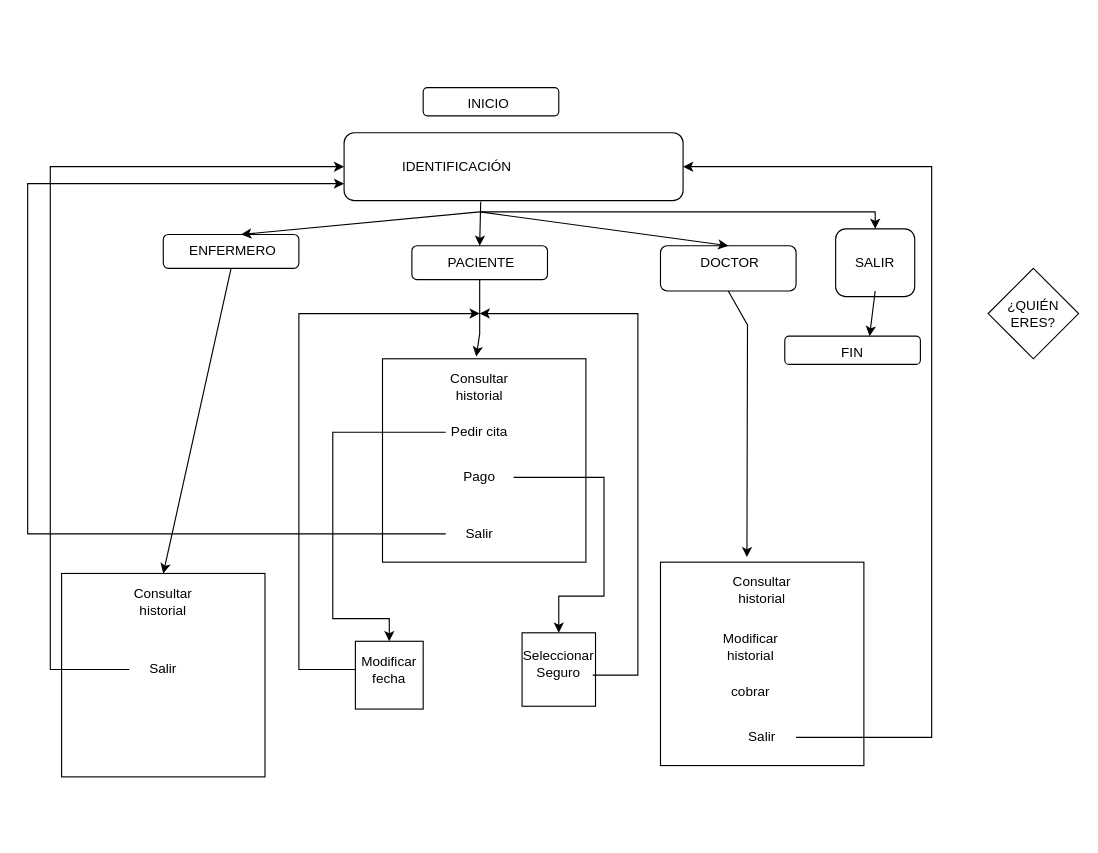
The draw.io diagram Interfaz_Proyecto.drawio in JuanEspinosa97/tis_2022_repositorio, before the edit. Source tidied: cells renumbered, new cells numbered last; positions are measured from the earlier drawing's top-left corner, leaving out a move shared by most shapes. Both pictures are drawn from the tidied source at 113%, with x=0, y=0 at pixel (27, 87).
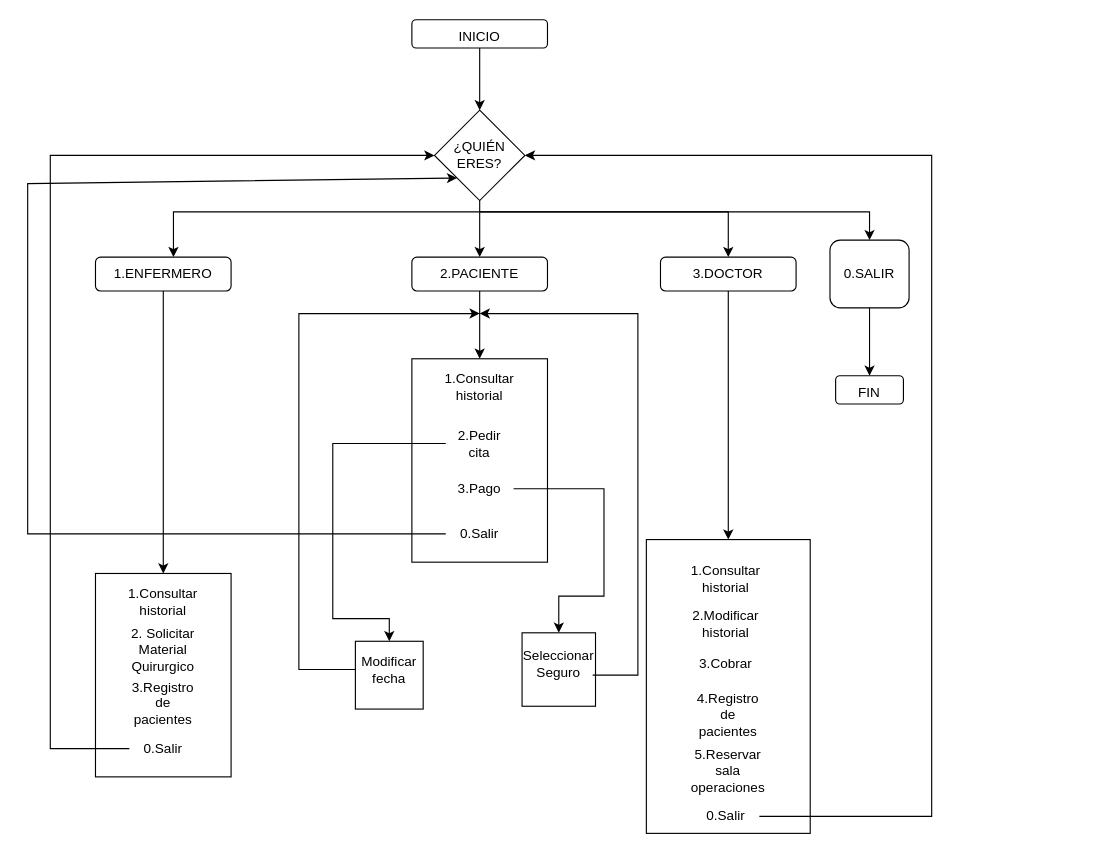
Above is the later version.

Commit message (it also covers changes not shown here):
Interfaz en PNG y DRAW

The change refers to these unchanged cells:
```xml
<mxCell id="30" style="whiteSpace=wrap;html=1;" parent="1" vertex="1">
  <mxGeometry x="290" y="490" width="60" height="60" as="geometry" />
</mxCell>
<mxCell id="33" style="whiteSpace=wrap;html=1;" parent="1" vertex="1">
  <mxGeometry x="437.5" y="482.5" width="65" height="65" as="geometry" />
</mxCell>
```

The edit, as a diff of the source:
```diff
@@
+    <mxCell id="50" style="rounded=0;whiteSpace=wrap;html=1;" parent="1" vertex="1">
+      <mxGeometry x="340" y="240" width="120" height="180" as="geometry" />
+    </mxCell>
+    <mxCell id="51" style="rounded=0;whiteSpace=wrap;html=1;" parent="1" vertex="1">
+      <mxGeometry x="60" y="430" width="120" height="180" as="geometry" />
+    </mxCell>
+    <mxCell id="52" style="rounded=0;whiteSpace=wrap;html=1;" parent="1" vertex="1">
+      <mxGeometry x="547.5" y="400" width="145" height="260" as="geometry" />
+    </mxCell>
+    <mxCell id="53" style="rhombus;whiteSpace=wrap;html=1;" parent="1" vertex="1">
+      <mxGeometry x="360" y="20" width="80" height="80" as="geometry" />
+    </mxCell>
     <mxCell id="2" style="rounded=1;whiteSpace=wrap;html=1;" parent="1" vertex="1">
-      <mxGeometry x="350" width="120" height="25" as="geometry" />
+      <mxGeometry x="340" y="-60" width="120" height="25" as="geometry" />
     </mxCell>
     <mxCell id="3" style="rounded=1;whiteSpace=wrap;html=1;" parent="1" vertex="1">
-      <mxGeometry x="715" y="125" width="70" height="60" as="geometry" />
+      <mxGeometry x="710" y="135" width="70" height="60" as="geometry" />
     </mxCell>
     <mxCell id="4" style="rounded=1;whiteSpace=wrap;html=1;" parent="1" vertex="1">
-      <mxGeometry x="560" y="140" width="120" height="40" as="geometry" />
+      <mxGeometry x="560" y="150" width="120" height="30" as="geometry" />
     </mxCell>
     <mxCell id="5" style="rounded=1;whiteSpace=wrap;html=1;" parent="1" vertex="1">
-      <mxGeometry x="340" y="140" width="120" height="30" as="geometry" />
+      <mxGeometry x="340" y="150" width="120" height="30" as="geometry" />
     </mxCell>
     <mxCell id="6" style="rounded=1;whiteSpace=wrap;html=1;" parent="1" vertex="1">
-      <mxGeometry x="120" y="130" width="120" height="30" as="geometry" />
+      <mxGeometry x="60" y="150" width="120" height="30" as="geometry" />
     </mxCell>
-    <mxCell id="7" style="rounded=1;whiteSpace=wrap;html=1;" parent="1" vertex="1">
-      <mxGeometry x="280" y="40" width="300" height="60" as="geometry" />
-    </mxCell>
-    <mxCell id="8" value="IDENTIFICACIÓN" style="text;html=1;strokeColor=none;fillColor=none;align=center;verticalAlign=middle;whiteSpace=wrap;rounded=0;" parent="1" vertex="1">
-      <mxGeometry x="350" y="55" width="60" height="30" as="geometry" />
-    </mxCell>
-    <mxCell id="9" value="&amp;nbsp;DOCTOR" style="text;html=1;strokeColor=none;fillColor=none;align=center;verticalAlign=middle;whiteSpace=wrap;rounded=0;" parent="1" vertex="1">
-      <mxGeometry x="590" y="140" width="60" height="30" as="geometry" />
+    <mxCell id="9" value="3.DOCTOR" style="text;html=1;strokeColor=none;fillColor=none;align=center;verticalAlign=middle;whiteSpace=wrap;rounded=0;" parent="1" vertex="1">
+      <mxGeometry x="590" y="150" width="60" height="30" as="geometry" />
     </mxCell>
-    <mxCell id="10" value="&amp;nbsp;ENFERMERO" style="text;html=1;strokeColor=none;fillColor=none;align=center;verticalAlign=middle;whiteSpace=wrap;rounded=0;" parent="1" vertex="1">
-      <mxGeometry x="150" y="130" width="60" height="30" as="geometry" />
+    <mxCell id="10" value="1.ENFERMERO" style="text;html=1;strokeColor=none;fillColor=none;align=center;verticalAlign=middle;whiteSpace=wrap;rounded=0;" parent="1" vertex="1">
+      <mxGeometry x="90" y="150" width="60" height="30" as="geometry" />
     </mxCell>
-    <mxCell id="11" value="&amp;nbsp;PACIENTE" style="text;html=1;strokeColor=none;fillColor=none;align=center;verticalAlign=middle;whiteSpace=wrap;rounded=0;" parent="1" vertex="1">
-      <mxGeometry x="370" y="140" width="60" height="30" as="geometry" />
+    <mxCell id="11" value="2.PACIENTE" style="text;html=1;strokeColor=none;fillColor=none;align=center;verticalAlign=middle;whiteSpace=wrap;rounded=0;" parent="1" vertex="1">
+      <mxGeometry x="370" y="150" width="60" height="30" as="geometry" />
     </mxCell>
-    <mxCell id="12" value="SALIR" style="text;html=1;strokeColor=none;fillColor=none;align=center;verticalAlign=middle;whiteSpace=wrap;rounded=0;" parent="1" vertex="1">
-      <mxGeometry x="720" y="140" width="60" height="30" as="geometry" />
+    <mxCell id="12" value="0.SALIR" style="text;html=1;strokeColor=none;fillColor=none;align=center;verticalAlign=middle;whiteSpace=wrap;rounded=0;" parent="1" vertex="1">
+      <mxGeometry x="715" y="150" width="60" height="30" as="geometry" />
     </mxCell>
-    <mxCell id="13" style="endArrow=classic;html=1;rounded=0;entryX=0.425;entryY=-0.025;entryDx=0;entryDy=0;entryPerimeter=0;exitX=0.5;exitY=1;exitDx=0;exitDy=0;" parent="1" edge="1" source="4" target="14">
+    <mxCell id="13" style="endArrow=classic;html=1;rounded=0;exitX=0.5;exitY=1;exitDx=0;exitDy=0;entryX=0.5;entryY=0;entryDx=0;entryDy=0;" parent="1" edge="1" source="4" target="52">
       <mxGeometry relative="1" as="geometry">
         <Array as="points">
-          <mxPoint x="637" y="210" />
+          <mxPoint x="620" y="250" />
         </Array>
       </mxGeometry>
     </mxCell>
-    <mxCell id="14" style="whiteSpace=wrap;html=1;" parent="1" vertex="1">
-      <mxGeometry x="560" y="420" width="180" height="180" as="geometry" />
-    </mxCell>
-    <mxCell id="15" value="Consultar historial" style="text;html=1;strokeColor=none;fillColor=none;align=center;verticalAlign=middle;whiteSpace=wrap;rounded=0;" parent="1" vertex="1">
-      <mxGeometry x="620" y="430" width="60" height="30" as="geometry" />
+    <mxCell id="15" value="1.Consultar historial" style="text;html=1;strokeColor=none;fillColor=none;align=center;verticalAlign=middle;whiteSpace=wrap;rounded=0;" parent="1" vertex="1">
+      <mxGeometry x="587.5" y="420" width="60" height="30" as="geometry" />
     </mxCell>
-    <mxCell id="16" value="Modificar historial" style="text;html=1;strokeColor=none;fillColor=none;align=center;verticalAlign=middle;whiteSpace=wrap;rounded=0;" parent="1" vertex="1">
-      <mxGeometry x="610" y="480" width="60" height="30" as="geometry" />
+    <mxCell id="16" value="2.Modificar historial" style="text;html=1;strokeColor=none;fillColor=none;align=center;verticalAlign=middle;whiteSpace=wrap;rounded=0;" parent="1" vertex="1">
+      <mxGeometry x="587.5" y="460" width="60" height="30" as="geometry" />
     </mxCell>
-    <mxCell id="17" value="cobrar" style="text;html=1;strokeColor=none;fillColor=none;align=center;verticalAlign=middle;whiteSpace=wrap;rounded=0;" parent="1" vertex="1">
-      <mxGeometry x="610" y="520" width="60" height="30" as="geometry" />
+    <mxCell id="17" value="3.Cobrar" style="text;html=1;strokeColor=none;fillColor=none;align=center;verticalAlign=middle;whiteSpace=wrap;rounded=0;" parent="1" vertex="1">
+      <mxGeometry x="587.5" y="495" width="60" height="30" as="geometry" />
     </mxCell>
-    <mxCell id="18" value="Salir" style="text;html=1;strokeColor=none;fillColor=none;align=center;verticalAlign=middle;whiteSpace=wrap;rounded=0;" parent="1" vertex="1">
-      <mxGeometry x="620" y="560" width="60" height="30" as="geometry" />
+    <mxCell id="18" value="0.Salir" style="text;html=1;strokeColor=none;fillColor=none;align=center;verticalAlign=middle;whiteSpace=wrap;rounded=0;" parent="1" vertex="1">
+      <mxGeometry x="587.5" y="630" width="60" height="30" as="geometry" />
     </mxCell>
-    <mxCell id="19" style="endArrow=classic;html=1;rounded=0;exitX=0.5;exitY=1;exitDx=0;exitDy=0;entryX=0.5;entryY=0;entryDx=0;entryDy=0;" parent="1" edge="1" source="10" target="20">
-      <mxGeometry relative="1" as="geometry" />
+    <mxCell id="19" style="endArrow=classic;html=1;rounded=0;exitX=0.5;exitY=1;exitDx=0;exitDy=0;entryX=0.5;entryY=0;entryDx=0;entryDy=0;" parent="1" edge="1" source="10">
+      <mxGeometry relative="1" as="geometry">
+        <mxPoint x="120" y="430" as="targetPoint" />
+      </mxGeometry>
     </mxCell>
-    <mxCell id="20" style="whiteSpace=wrap;html=1;" parent="1" vertex="1">
-      <mxGeometry x="30" y="430" width="180" height="180" as="geometry" />
-    </mxCell>
-    <mxCell id="21" value="Consultar historial" style="text;html=1;strokeColor=none;fillColor=none;align=center;verticalAlign=middle;whiteSpace=wrap;rounded=0;" parent="1" vertex="1">
+    <mxCell id="21" value="1.Consultar historial" style="text;html=1;strokeColor=none;fillColor=none;align=center;verticalAlign=middle;whiteSpace=wrap;rounded=0;" parent="1" vertex="1">
       <mxGeometry x="90" y="440" width="60" height="30" as="geometry" />
     </mxCell>
-    <mxCell id="22" value="Salir" style="text;html=1;strokeColor=none;fillColor=none;align=center;verticalAlign=middle;whiteSpace=wrap;rounded=0;" parent="1" vertex="1">
-      <mxGeometry x="90" y="500" width="60" height="30" as="geometry" />
+    <mxCell id="22" value="0.Salir" style="text;html=1;strokeColor=none;fillColor=none;align=center;verticalAlign=middle;whiteSpace=wrap;rounded=0;" parent="1" vertex="1">
+      <mxGeometry x="90" y="570" width="60" height="30" as="geometry" />
     </mxCell>
-    <mxCell id="23" style="endArrow=classic;html=1;rounded=0;exitX=0.5;exitY=1;exitDx=0;exitDy=0;entryX=0.461;entryY=-0.011;entryDx=0;entryDy=0;entryPerimeter=0;" parent="1" edge="1" source="11" target="24">
+    <mxCell id="23" style="endArrow=classic;html=1;rounded=0;exitX=0.5;exitY=1;exitDx=0;exitDy=0;entryX=0.478;entryY=0;entryDx=0;entryDy=0;entryPerimeter=0;" parent="1" edge="1" source="11">
       <mxGeometry relative="1" as="geometry">
+        <mxPoint x="400" y="240" as="targetPoint" />
         <Array as="points">
           <mxPoint x="400" y="218" />
         </Array>
       </mxGeometry>
     </mxCell>
-    <mxCell id="24" style="whiteSpace=wrap;html=1;" parent="1" vertex="1">
-      <mxGeometry x="314" y="240" width="180" height="180" as="geometry" />
-    </mxCell>
-    <mxCell id="25" value="Consultar historial" style="text;html=1;strokeColor=none;fillColor=none;align=center;verticalAlign=middle;whiteSpace=wrap;rounded=0;" parent="1" vertex="1">
+    <mxCell id="25" value="1.Consultar historial" style="text;html=1;strokeColor=none;fillColor=none;align=center;verticalAlign=middle;whiteSpace=wrap;rounded=0;" parent="1" vertex="1">
       <mxGeometry x="370" y="250" width="60" height="30" as="geometry" />
     </mxCell>
-    <mxCell id="26" value="Pedir cita" style="text;html=1;strokeColor=none;fillColor=none;align=center;verticalAlign=middle;whiteSpace=wrap;rounded=0;" parent="1" vertex="1">
-      <mxGeometry x="370" y="290" width="60" height="30" as="geometry" />
+    <mxCell id="26" value="2.Pedir cita" style="text;html=1;strokeColor=none;fillColor=none;align=center;verticalAlign=middle;whiteSpace=wrap;rounded=0;" parent="1" vertex="1">
+      <mxGeometry x="370" y="300" width="60" height="30" as="geometry" />
     </mxCell>
-    <mxCell id="27" value="Pago" style="text;html=1;strokeColor=none;fillColor=none;align=center;verticalAlign=middle;whiteSpace=wrap;rounded=0;" parent="1" vertex="1">
-      <mxGeometry x="370" y="330" width="60" height="30" as="geometry" />
+    <mxCell id="27" value="3.Pago" style="text;html=1;strokeColor=none;fillColor=none;align=center;verticalAlign=middle;whiteSpace=wrap;rounded=0;" parent="1" vertex="1">
+      <mxGeometry x="370" y="340" width="60" height="30" as="geometry" />
     </mxCell>
-    <mxCell id="28" value="Salir" style="text;html=1;strokeColor=none;fillColor=none;align=center;verticalAlign=middle;whiteSpace=wrap;rounded=0;" parent="1" vertex="1">
+    <mxCell id="28" value="0.Salir" style="text;html=1;strokeColor=none;fillColor=none;align=center;verticalAlign=middle;whiteSpace=wrap;rounded=0;" parent="1" vertex="1">
       <mxGeometry x="370" y="380" width="60" height="30" as="geometry" />
     </mxCell>
     <mxCell id="29" style="endArrow=classic;html=1;rounded=0;exitX=0;exitY=0.5;exitDx=0;exitDy=0;entryX=0.5;entryY=0;entryDx=0;entryDy=0;" parent="1" edge="1" source="26" target="30">
       <mxGeometry relative="1" as="geometry">
         <Array as="points">
-          <mxPoint x="270" y="305" />
+          <mxPoint x="270" y="315" />
           <mxPoint x="270" y="470" />
           <mxPoint x="320" y="470" />
         </Array>
       </mxGeometry>
     </mxCell>
@@
     <mxCell id="32" style="endArrow=classic;html=1;rounded=0;exitX=1;exitY=0.5;exitDx=0;exitDy=0;entryX=0.5;entryY=0;entryDx=0;entryDy=0;" parent="1" edge="1" source="27" target="33">
       <mxGeometry relative="1" as="geometry">
         <Array as="points">
-          <mxPoint x="510" y="345" />
+          <mxPoint x="510" y="355" />
           <mxPoint x="510" y="450" />
           <mxPoint x="470" y="450" />
         </Array>
       </mxGeometry>
     </mxCell>
@@
-    <mxCell id="35" style="endArrow=classic;html=1;rounded=0;entryX=0;entryY=0.5;entryDx=0;entryDy=0;exitX=0;exitY=0.5;exitDx=0;exitDy=0;" parent="1" edge="1" source="22" target="7">
+    <mxCell id="35" style="endArrow=classic;html=1;rounded=0;exitX=0;exitY=0.5;exitDx=0;exitDy=0;" parent="1" edge="1" source="22" target="49">
       <mxGeometry relative="1" as="geometry">
         <Array as="points">
-          <mxPoint x="20" y="515" />
+          <mxPoint x="20" y="585" />
+          <mxPoint x="20" y="420" />
           <mxPoint x="20" y="260" />
-          <mxPoint x="20" y="70" />
+          <mxPoint x="20" y="60" />
         </Array>
       </mxGeometry>
     </mxCell>
-    <mxCell id="36" style="endArrow=classic;html=1;rounded=0;exitX=0;exitY=0.5;exitDx=0;exitDy=0;entryX=0;entryY=0.75;entryDx=0;entryDy=0;" parent="1" edge="1" source="28" target="7">
+    <mxCell id="36" style="endArrow=classic;html=1;rounded=0;exitX=0;exitY=0.5;exitDx=0;exitDy=0;entryX=0;entryY=1;entryDx=0;entryDy=0;" parent="1" edge="1" source="28" target="53">
       <mxGeometry relative="1" as="geometry">
         <Array as="points">
           <mxPoint x="270" y="395" />
           <mxPoint y="395" />
           <mxPoint y="85" />
         </Array>
       </mxGeometry>
     </mxCell>
-    <mxCell id="37" style="endArrow=classic;html=1;rounded=0;entryX=1;entryY=0.5;entryDx=0;entryDy=0;" parent="1" edge="1" source="18" target="7">
+    <mxCell id="37" style="endArrow=classic;html=1;rounded=0;entryX=1;entryY=0.5;entryDx=0;entryDy=0;" parent="1" edge="1" source="18" target="49">
       <mxGeometry relative="1" as="geometry">
         <Array as="points">
-          <mxPoint x="800" y="575" />
+          <mxPoint x="800" y="645" />
           <mxPoint x="800" y="270" />
-          <mxPoint x="800" y="70" />
+          <mxPoint x="800" y="60" />
         </Array>
       </mxGeometry>
     </mxCell>
-    <mxCell id="38" style="endArrow=classic;html=1;rounded=0;exitX=0.403;exitY=1.017;exitDx=0;exitDy=0;exitPerimeter=0;entryX=0.5;entryY=0;entryDx=0;entryDy=0;" parent="1" edge="1" source="7" target="11">
-      <mxGeometry relative="1" as="geometry" />
+    <mxCell id="38" style="endArrow=classic;html=1;rounded=0;exitX=0.5;exitY=1;exitDx=0;exitDy=0;entryX=0.5;entryY=0;entryDx=0;entryDy=0;" parent="1" edge="1" target="11">
+      <mxGeometry relative="1" as="geometry">
+        <mxPoint x="400" y="100" as="sourcePoint" />
+      </mxGeometry>
     </mxCell>
     <mxCell id="39" style="endArrow=classic;html=1;rounded=0;entryX=0.5;entryY=0;entryDx=0;entryDy=0;" parent="1" edge="1" target="9">
       <mxGeometry relative="1" as="geometry">
         <mxPoint x="400" y="110" as="sourcePoint" />
+        <Array as="points">
+          <mxPoint x="620" y="110" />
+        </Array>
       </mxGeometry>
     </mxCell>
     <mxCell id="40" style="endArrow=classic;html=1;rounded=0;entryX=0.65;entryY=0;entryDx=0;entryDy=0;entryPerimeter=0;" parent="1" edge="1" target="10">
       <mxGeometry relative="1" as="geometry">
         <mxPoint x="400" y="110" as="sourcePoint" />
+        <Array as="points">
+          <mxPoint x="129" y="110" />
+        </Array>
       </mxGeometry>
     </mxCell>
     <mxCell id="41" style="endArrow=classic;html=1;rounded=0;entryX=0.5;entryY=0;entryDx=0;entryDy=0;" parent="1" edge="1" target="3">
       <mxGeometry relative="1" as="geometry">
         <mxPoint x="400" y="110" as="sourcePoint" />
         <Array as="points">
-          <mxPoint x="750" y="110" />
+          <mxPoint x="745" y="110" />
         </Array>
       </mxGeometry>
     </mxCell>
     <mxCell id="42" value="INICIO" style="text;html=1;strokeColor=none;fillColor=none;align=center;verticalAlign=middle;whiteSpace=wrap;rounded=0;" parent="1" vertex="1">
-      <mxGeometry x="377.5" width="60" height="30" as="geometry" />
+      <mxGeometry x="370" y="-60" width="60" height="30" as="geometry" />
     </mxCell>
     <mxCell id="43" style="rounded=1;whiteSpace=wrap;html=1;" parent="1" vertex="1">
-      <mxGeometry x="670" y="220" width="120" height="25" as="geometry" />
+      <mxGeometry x="715" y="255" width="60" height="25" as="geometry" />
     </mxCell>
     <mxCell id="44" value="FIN" style="text;html=1;strokeColor=none;fillColor=none;align=center;verticalAlign=middle;whiteSpace=wrap;rounded=0;" parent="1" vertex="1">
-      <mxGeometry x="700" y="220" width="60" height="30" as="geometry" />
+      <mxGeometry x="715" y="255" width="60" height="30" as="geometry" />
     </mxCell>
-    <mxCell id="45" style="endArrow=classic;html=1;rounded=0;entryX=0.75;entryY=0;entryDx=0;entryDy=0;" parent="1" edge="1" target="44">
-      <mxGeometry relative="1" as="geometry">
-        <mxPoint x="750" y="180" as="sourcePoint" />
-      </mxGeometry>
+    <mxCell id="45" style="endArrow=classic;html=1;rounded=0;entryX=0.5;entryY=0;entryDx=0;entryDy=0;exitX=0.5;exitY=1;exitDx=0;exitDy=0;" parent="1" edge="1" source="3" target="44">
+      <mxGeometry relative="1" as="geometry" />
     </mxCell>
@@
-    <mxCell id="48" style="rhombus;whiteSpace=wrap;html=1;" parent="1" vertex="1">
-      <mxGeometry x="850" y="160" width="80" height="80" as="geometry" />
-    </mxCell>
     <mxCell id="49" value="¿QUIÉN ERES?" style="text;html=1;strokeColor=none;fillColor=none;align=center;verticalAlign=middle;whiteSpace=wrap;rounded=0;" parent="1" vertex="1">
-      <mxGeometry x="860" y="185" width="60" height="30" as="geometry" />
+      <mxGeometry x="360" y="35" width="80" height="50" as="geometry" />
     </mxCell>
+    <mxCell id="54" value="2. Solicitar Material Quirurgico" style="text;html=1;strokeColor=none;fillColor=none;align=center;verticalAlign=middle;whiteSpace=wrap;rounded=0;" parent="1" vertex="1">
+      <mxGeometry x="90" y="482.5" width="60" height="30" as="geometry" />
+    </mxCell>
+    <mxCell id="55" value="3.Registro de pacientes" style="text;html=1;strokeColor=none;fillColor=none;align=center;verticalAlign=middle;whiteSpace=wrap;rounded=0;" parent="1" vertex="1">
+      <mxGeometry x="90" y="530" width="60" height="30" as="geometry" />
+    </mxCell>
+    <mxCell id="56" style="endArrow=classic;html=1;rounded=0;exitX=0.5;exitY=1;exitDx=0;exitDy=0;" parent="1" edge="1" source="2" target="53">
+      <mxGeometry relative="1" as="geometry" />
+    </mxCell>
+    <mxCell id="57" value="4.Registro de pacientes" style="text;html=1;strokeColor=none;fillColor=none;align=center;verticalAlign=middle;whiteSpace=wrap;rounded=0;" parent="1" vertex="1">
+      <mxGeometry x="590" y="540" width="60" height="30" as="geometry" />
+    </mxCell>
+    <mxCell id="58" value="5.Reservar sala operaciones" style="text;html=1;strokeColor=none;fillColor=none;align=center;verticalAlign=middle;whiteSpace=wrap;rounded=0;" parent="1" vertex="1">
+      <mxGeometry x="590" y="590" width="60" height="30" as="geometry" />
+    </mxCell>
```
